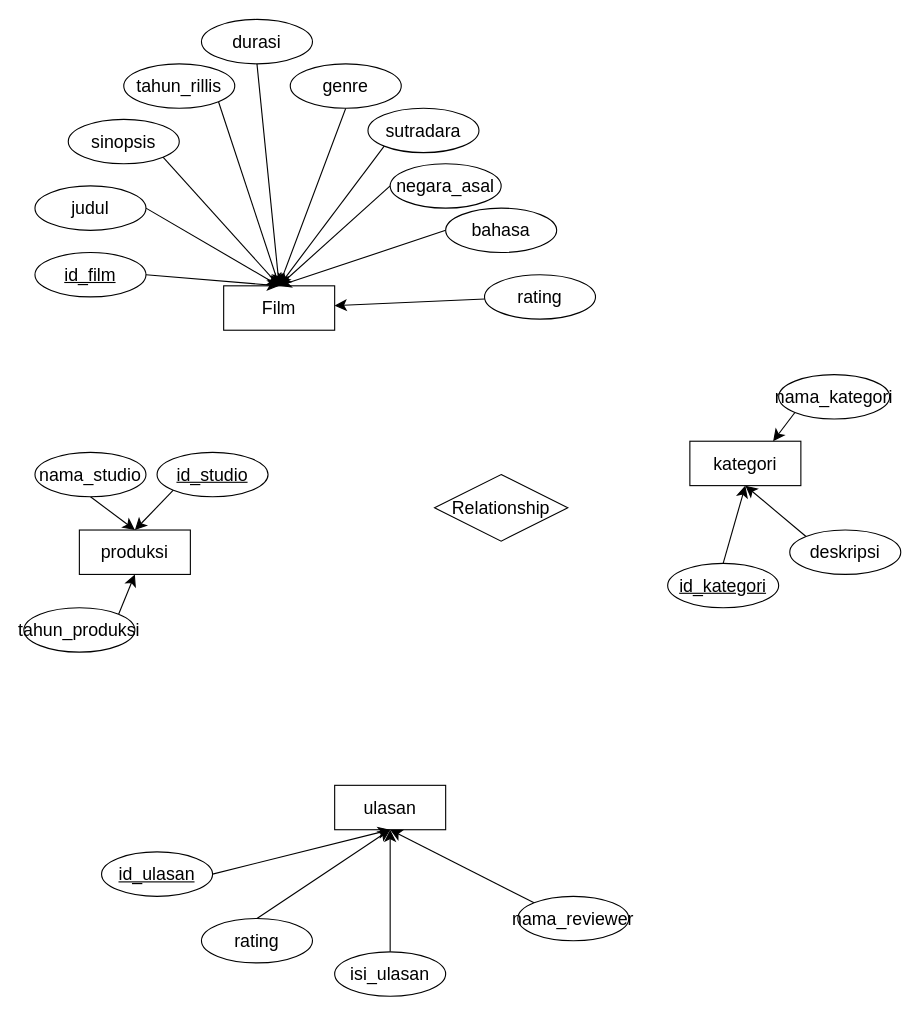
Before: Diagram Tanpa Judul.drawio in Yousran/diagrams, a draw.io diagram. Source tidied: cells renumbered, new cells numbered last; positions are measured from the earlier drawing's top-left corner, leaving out a move shared by most shapes. Both pictures are drawn from the tidied source at 111%, with x=0, y=0 at pixel (23, 19).
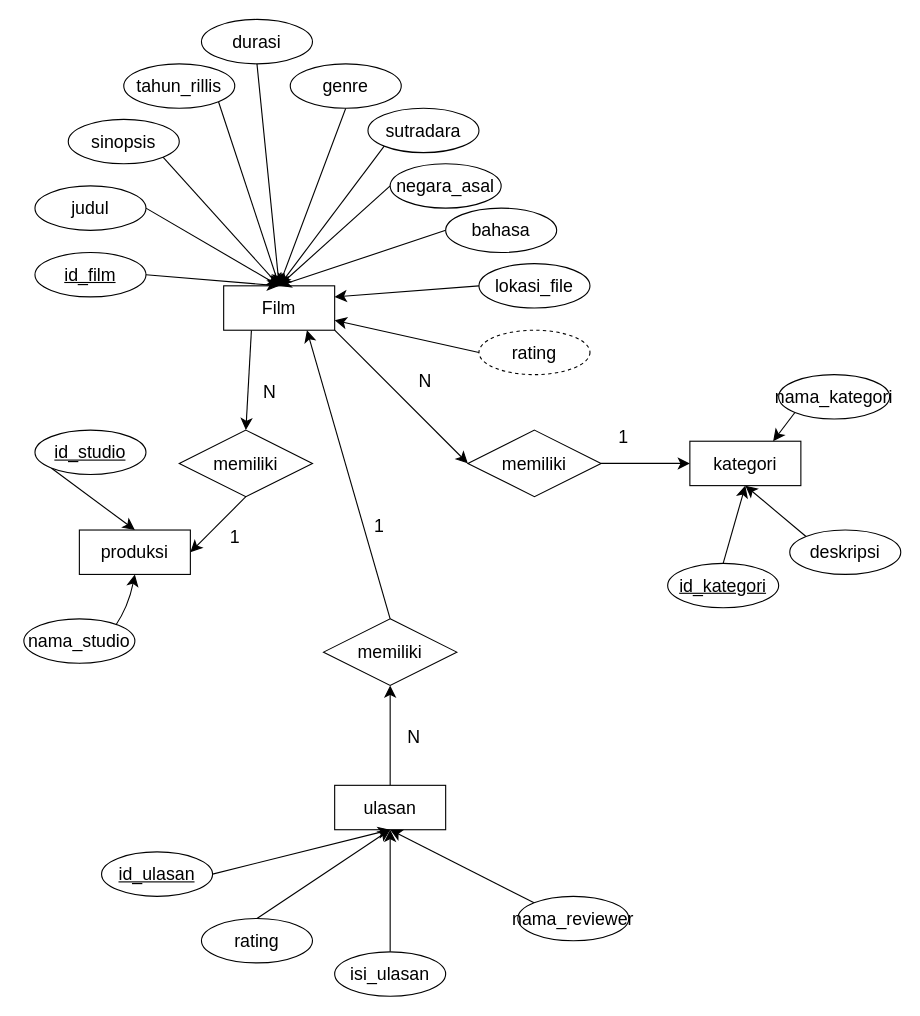
Above is the later version.

The change refers to these unchanged cells:
```xml
<mxCell id="2" value="Film" style="whiteSpace=wrap;html=1;align=center;fontSize=16;" parent="1" vertex="1">
  <mxGeometry x="180" y="240" width="100" height="40" as="geometry" />
</mxCell>
<mxCell id="22" value="produksi" style="whiteSpace=wrap;html=1;align=center;fontSize=16;" parent="1" vertex="1">
  <mxGeometry x="50" y="460" width="100" height="40" as="geometry" />
</mxCell>
<mxCell id="27" value="ulasan" style="whiteSpace=wrap;html=1;align=center;fontSize=16;" parent="1" vertex="1">
  <mxGeometry x="280" y="690" width="100" height="40" as="geometry" />
</mxCell>
<mxCell id="34" value="kategori" style="whiteSpace=wrap;html=1;align=center;fontSize=16;" parent="1" vertex="1">
  <mxGeometry x="600" y="380" width="100" height="40" as="geometry" />
</mxCell>
```

Diff of the diagram source:
```diff
@@
+    <mxCell id="47" style="edgeStyle=none;curved=1;rounded=0;jettySize=auto;html=1;exitX=0.25;exitY=1;exitDx=0;exitDy=0;entryX=0.5;entryY=0;entryDx=0;entryDy=0;fontSize=12;startSize=8;endSize=8;" parent="1" edge="1" source="2" target="52">
+      <mxGeometry relative="1" as="geometry" />
+    </mxCell>
+    <mxCell id="48" style="edgeStyle=none;curved=1;rounded=0;jettySize=auto;html=1;exitX=1;exitY=1;exitDx=0;exitDy=0;entryX=0;entryY=0.5;entryDx=0;entryDy=0;fontSize=12;startSize=8;endSize=8;" parent="1" edge="1" source="2" target="5">
+      <mxGeometry relative="1" as="geometry" />
+    </mxCell>
@@
+    <mxCell id="49" style="edgeStyle=none;curved=1;rounded=0;jettySize=auto;html=1;exitX=1;exitY=0.5;exitDx=0;exitDy=0;entryX=0;entryY=0.5;entryDx=0;entryDy=0;fontSize=12;startSize=8;endSize=8;" parent="1" edge="1" source="5" target="34">
+      <mxGeometry relative="1" as="geometry" />
+    </mxCell>
-    <mxCell id="5" value="Relationship" style="shape=rhombus;perimeter=rhombusPerimeter;whiteSpace=wrap;html=1;align=center;fontSize=16;" parent="1" vertex="1">
-      <mxGeometry x="370" y="410" width="120" height="60" as="geometry" />
+    <mxCell id="5" value="memiliki" style="shape=rhombus;perimeter=rhombusPerimeter;whiteSpace=wrap;html=1;align=center;fontSize=16;" parent="1" vertex="1">
+      <mxGeometry x="400" y="370" width="120" height="60" as="geometry" />
     </mxCell>
@@
-    <mxCell id="20" style="edgeStyle=none;curved=1;rounded=0;jettySize=auto;html=1;fontSize=12;startSize=8;endSize=8;" parent="1" edge="1" source="21" target="2">
+    <mxCell id="20" style="edgeStyle=none;curved=1;rounded=0;jettySize=auto;html=1;fontSize=12;startSize=8;endSize=8;exitX=0;exitY=0.5;exitDx=0;exitDy=0;" parent="1" edge="1" source="21" target="2">
       <mxGeometry relative="1" as="geometry" />
     </mxCell>
-    <mxCell id="21" value="rating" style="ellipse;whiteSpace=wrap;html=1;align=center;fontSize=16;" parent="1" vertex="1">
-      <mxGeometry x="415" y="230" width="100" height="40" as="geometry" />
-    </mxCell>
@@
-    <mxCell id="23" style="edgeStyle=none;curved=1;rounded=0;jettySize=auto;html=1;exitX=0.5;exitY=1;exitDx=0;exitDy=0;entryX=0.5;entryY=0;entryDx=0;entryDy=0;fontSize=12;startSize=8;endSize=8;" parent="1" edge="1" source="24" target="22">
-      <mxGeometry relative="1" as="geometry" />
+    <mxCell id="23" style="edgeStyle=none;curved=1;rounded=0;jettySize=auto;html=1;exitX=0.5;exitY=1;exitDx=0;exitDy=0;entryX=0.5;entryY=1;entryDx=0;entryDy=0;fontSize=12;startSize=8;endSize=8;" parent="1" edge="1" source="24" target="22">
+      <mxGeometry relative="1" as="geometry">
+        <Array as="points">
+          <mxPoint x="90" y="550" />
+        </Array>
+      </mxGeometry>
     </mxCell>
     <mxCell id="24" value="nama_studio" style="ellipse;whiteSpace=wrap;html=1;align=center;fontSize=16;" parent="1" vertex="1">
-      <mxGeometry x="10" y="390" width="100" height="40" as="geometry" />
+      <mxGeometry y="540" width="100" height="40" as="geometry" />
     </mxCell>
-    <mxCell id="25" style="edgeStyle=none;curved=1;rounded=0;jettySize=auto;html=1;exitX=1;exitY=0;exitDx=0;exitDy=0;entryX=0.5;entryY=1;entryDx=0;entryDy=0;fontSize=12;startSize=8;endSize=8;" parent="1" edge="1" source="26" target="22">
-      <mxGeometry relative="1" as="geometry" />
-    </mxCell>
-    <mxCell id="26" value="tahun_produksi" style="ellipse;whiteSpace=wrap;html=1;align=center;fontSize=16;" parent="1" vertex="1">
-      <mxGeometry y="530" width="100" height="40" as="geometry" />
-    </mxCell>
+    <mxCell id="50" style="edgeStyle=none;curved=1;rounded=0;jettySize=auto;html=1;exitX=0.5;exitY=0;exitDx=0;exitDy=0;entryX=0.5;entryY=1;entryDx=0;entryDy=0;fontSize=12;startSize=8;endSize=8;" parent="1" edge="1" source="27" target="58">
+      <mxGeometry relative="1" as="geometry" />
+    </mxCell>
@@
     <mxCell id="42" value="id_studio" style="ellipse;whiteSpace=wrap;html=1;align=center;fontStyle=4;fontSize=16;" parent="1" vertex="1">
-      <mxGeometry x="120" y="390" width="100" height="40" as="geometry" />
+      <mxGeometry x="10" y="370" width="100" height="40" as="geometry" />
     </mxCell>
@@
+    <mxCell id="21" value="rating" style="ellipse;whiteSpace=wrap;html=1;align=center;dashed=1;fontSize=16;" parent="1" vertex="1">
+      <mxGeometry x="410" y="280" width="100" height="40" as="geometry" />
+    </mxCell>
+    <mxCell id="51" style="edgeStyle=none;curved=1;rounded=0;jettySize=auto;html=1;exitX=0.5;exitY=1;exitDx=0;exitDy=0;entryX=1;entryY=0.5;entryDx=0;entryDy=0;fontSize=12;startSize=8;endSize=8;" parent="1" edge="1" source="52" target="22">
+      <mxGeometry relative="1" as="geometry" />
+    </mxCell>
+    <mxCell id="52" value="memiliki" style="shape=rhombus;perimeter=rhombusPerimeter;whiteSpace=wrap;html=1;align=center;fontSize=16;" parent="1" vertex="1">
+      <mxGeometry x="140" y="370" width="120" height="60" as="geometry" />
+    </mxCell>
+    <mxCell id="53" value="1" style="text;strokeColor=none;fillColor=none;spacingLeft=4;spacingRight=4;overflow=hidden;fontSize=16;" parent="1" vertex="1">
+      <mxGeometry x="530" y="360" width="40" height="30" as="geometry" />
+    </mxCell>
+    <mxCell id="54" value="N" style="text;strokeColor=none;fillColor=none;spacingLeft=4;spacingRight=4;overflow=hidden;fontSize=16;" parent="1" vertex="1">
+      <mxGeometry x="350" y="310" width="40" height="30" as="geometry" />
+    </mxCell>
+    <mxCell id="55" value="1" style="text;strokeColor=none;fillColor=none;spacingLeft=4;spacingRight=4;overflow=hidden;fontSize=16;" parent="1" vertex="1">
+      <mxGeometry x="180" y="450" width="40" height="30" as="geometry" />
+    </mxCell>
+    <mxCell id="56" value="N" style="text;strokeColor=none;fillColor=none;spacingLeft=4;spacingRight=4;overflow=hidden;fontSize=16;" parent="1" vertex="1">
+      <mxGeometry x="210" y="320" width="40" height="30" as="geometry" />
+    </mxCell>
+    <mxCell id="57" style="edgeStyle=none;curved=1;rounded=0;jettySize=auto;html=1;exitX=0.5;exitY=0;exitDx=0;exitDy=0;entryX=0.75;entryY=1;entryDx=0;entryDy=0;fontSize=12;startSize=8;endSize=8;" parent="1" edge="1" source="58" target="2">
+      <mxGeometry relative="1" as="geometry" />
+    </mxCell>
+    <mxCell id="58" value="memiliki" style="shape=rhombus;perimeter=rhombusPerimeter;whiteSpace=wrap;html=1;align=center;fontSize=16;" parent="1" vertex="1">
+      <mxGeometry x="270" y="540" width="120" height="60" as="geometry" />
+    </mxCell>
+    <mxCell id="59" value="N" style="text;strokeColor=none;fillColor=none;spacingLeft=4;spacingRight=4;overflow=hidden;fontSize=16;" parent="1" vertex="1">
+      <mxGeometry x="340" y="630" width="40" height="30" as="geometry" />
+    </mxCell>
+    <mxCell id="60" value="1" style="text;strokeColor=none;fillColor=none;spacingLeft=4;spacingRight=4;overflow=hidden;fontSize=16;" parent="1" vertex="1">
+      <mxGeometry x="310" y="440" width="40" height="30" as="geometry" />
+    </mxCell>
+    <mxCell id="61" style="edgeStyle=none;curved=1;rounded=0;jettySize=auto;html=1;exitX=0;exitY=0.5;exitDx=0;exitDy=0;entryX=1;entryY=0.25;entryDx=0;entryDy=0;fontSize=12;startSize=8;endSize=8;" parent="1" edge="1" source="62" target="2">
+      <mxGeometry relative="1" as="geometry" />
+    </mxCell>
+    <mxCell id="62" value="lokasi_file" style="ellipse;whiteSpace=wrap;html=1;align=center;fontSize=16;" parent="1" vertex="1">
+      <mxGeometry x="410" y="220" width="100" height="40" as="geometry" />
+    </mxCell>
```
